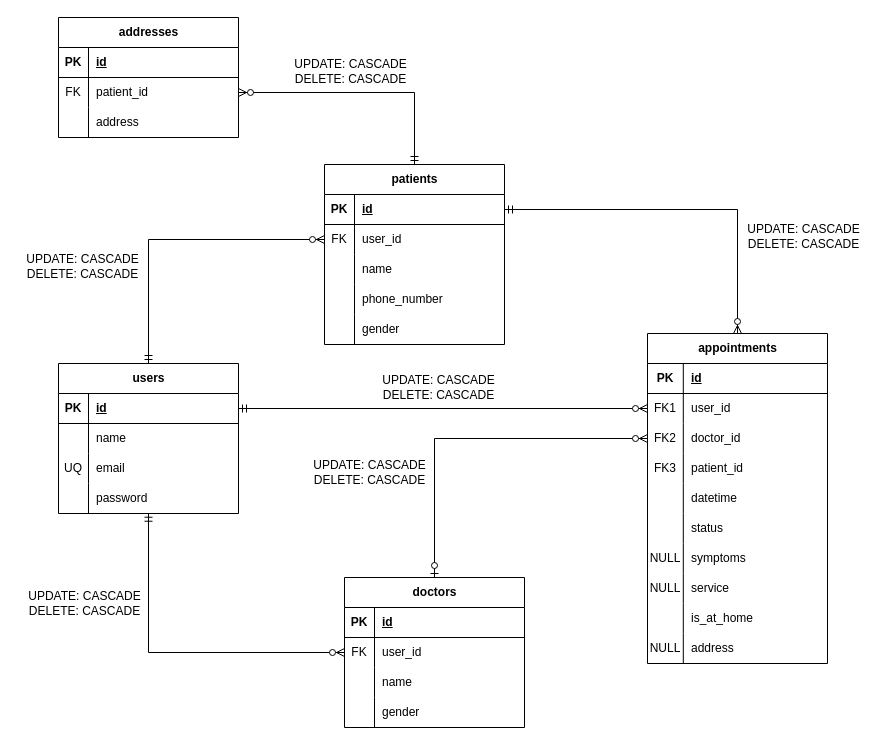
This is docs/database/logical-design.drawio from hdz-kevin/podi-appts, a draw.io file, before an edit. Source tidied: cells renumbered, new cells numbered last; positions are measured from the earlier drawing's top-left corner, leaving out a move shared by most shapes. Both pictures are drawn from the tidied source at 100%, with x=0, y=0 at pixel (17, 17).
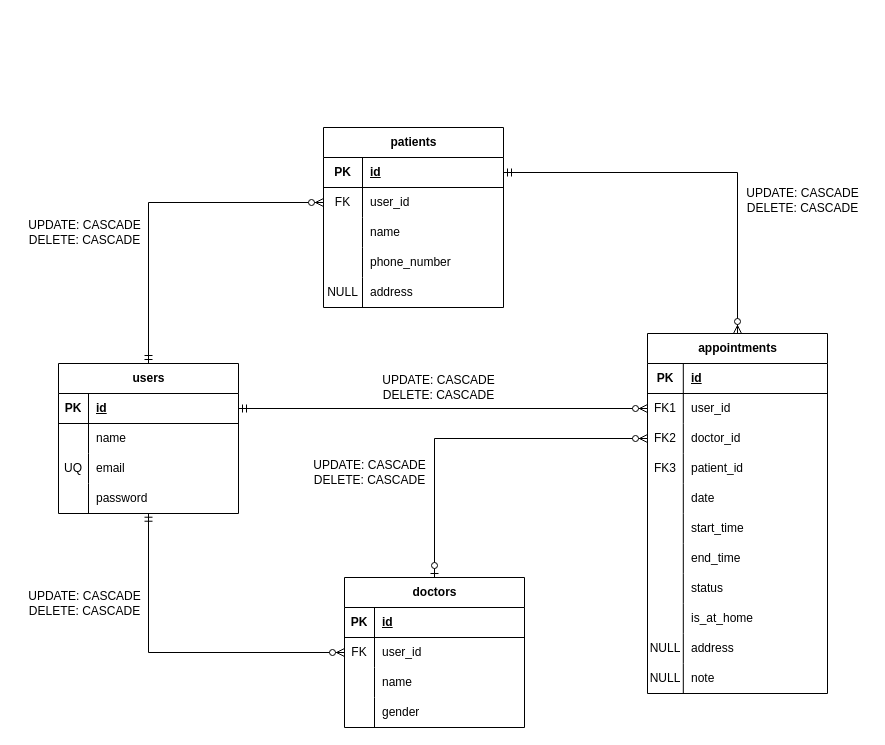
After the change.

Commit message (it also covers changes not shown here):
update DB design - add date, start_time and end_time fields to appointments table - add address field to patients table - remove gender field from patients table

The change refers to these unchanged cells:
```xml
<mxCell id="29" style="shape=tableRow;horizontal=0;startSize=0;swimlaneHead=0;swimlaneBody=0;fillColor=none;points=[[0,0.5],[1,0.5]];portConstraint=eastwest;top=0;left=0;right=0;bottom=1;" parent="28" vertex="1">
  <mxGeometry y="30" width="180" height="30" as="geometry" />
</mxCell>
<mxCell id="32" style="shape=tableRow;horizontal=0;startSize=0;swimlaneHead=0;swimlaneBody=0;fillColor=none;points=[[0,0.5],[1,0.5]];portConstraint=eastwest;top=0;left=0;right=0;bottom=0;" parent="28" vertex="1">
  <mxGeometry y="60" width="180" height="30" as="geometry" />
</mxCell>
<mxCell id="35" style="shape=tableRow;horizontal=0;startSize=0;swimlaneHead=0;swimlaneBody=0;fillColor=none;top=0;left=0;right=0;bottom=0;" parent="28" vertex="1">
  <mxGeometry y="90" width="180" height="30" as="geometry" />
</mxCell>
<mxCell id="38" style="shape=tableRow;horizontal=0;startSize=0;swimlaneHead=0;swimlaneBody=0;fillColor=none;top=0;left=0;right=0;bottom=0;" parent="28" vertex="1">
  <mxGeometry y="120" width="180" height="30" as="geometry" />
</mxCell>
<mxCell id="41" style="shape=tableRow;horizontal=0;startSize=0;swimlaneHead=0;swimlaneBody=0;fillColor=none;top=0;left=0;right=0;bottom=0;" parent="28" vertex="1">
  <mxGeometry y="150" width="180" height="30" as="geometry" />
</mxCell>
<mxCell id="67" style="shape=tableRow;horizontal=0;startSize=0;swimlaneHead=0;swimlaneBody=0;fillColor=none;top=0;left=0;right=0;bottom=0;" parent="54" vertex="1">
  <mxGeometry y="150" width="180" height="30" as="geometry" />
</mxCell>
<mxCell id="70" style="shape=tableRow;horizontal=0;startSize=0;swimlaneHead=0;swimlaneBody=0;fillColor=none;top=0;left=0;right=0;bottom=0;" parent="54" vertex="1">
  <mxGeometry y="180" width="180" height="30" as="geometry" />
</mxCell>
```

Change to the diagram source:
```diff
@@
     <mxCell id="28" value="patients" style="shape=table;startSize=30;childLayout=tableLayout;rowLines=0;fontStyle=1;align=center;html=1;" parent="1" vertex="1">
-      <mxGeometry x="307" y="147" width="180" height="180" as="geometry" />
+      <mxGeometry x="306" y="110" width="180" height="180" as="geometry" />
     </mxCell>
@@
     <mxCell id="30" value="PK" style="shape=partialRectangle;fillColor=none;top=0;left=0;bottom=0;right=0;fontStyle=1;overflow=hidden;whiteSpace=wrap;html=1;" parent="29" vertex="1">
-      <mxGeometry width="30" height="30" as="geometry" />
+      <mxGeometry width="39" height="30" as="geometry" />
     </mxCell>
     <mxCell id="31" value="id" style="shape=partialRectangle;fillColor=none;top=0;left=0;bottom=0;right=0;align=left;spacingLeft=6;fontStyle=5;overflow=hidden;whiteSpace=wrap;html=1;" parent="29" vertex="1">
-      <mxGeometry x="30" width="150" height="30" as="geometry" />
+      <mxGeometry x="39" width="141" height="30" as="geometry" />
     </mxCell>
@@
     <mxCell id="33" value="FK" style="shape=partialRectangle;fillColor=none;top=0;left=0;bottom=0;right=0;overflow=hidden;whiteSpace=wrap;html=1;" parent="32" vertex="1">
-      <mxGeometry width="30" height="30" as="geometry" />
+      <mxGeometry width="39" height="30" as="geometry" />
     </mxCell>
     <mxCell id="34" value="user_id" style="shape=partialRectangle;fillColor=none;top=0;left=0;bottom=0;right=0;align=left;spacingLeft=6;overflow=hidden;whiteSpace=wrap;html=1;" parent="32" vertex="1">
-      <mxGeometry x="30" width="150" height="30" as="geometry" />
+      <mxGeometry x="39" width="141" height="30" as="geometry" />
     </mxCell>
@@
     <mxCell id="36" style="shape=partialRectangle;fillColor=none;top=0;left=0;bottom=0;right=0;overflow=hidden;whiteSpace=wrap;html=1;" parent="35" vertex="1">
-      <mxGeometry width="30" height="30" as="geometry" />
+      <mxGeometry width="39" height="30" as="geometry" />
     </mxCell>
     <mxCell id="37" value="name" style="shape=partialRectangle;fillColor=none;top=0;left=0;bottom=0;right=0;align=left;spacingLeft=6;overflow=hidden;whiteSpace=wrap;html=1;" parent="35" vertex="1">
-      <mxGeometry x="30" width="150" height="30" as="geometry" />
+      <mxGeometry x="39" width="141" height="30" as="geometry" />
     </mxCell>
@@
     <mxCell id="39" style="shape=partialRectangle;fillColor=none;top=0;left=0;bottom=0;right=0;overflow=hidden;whiteSpace=wrap;html=1;" parent="38" vertex="1">
-      <mxGeometry width="30" height="30" as="geometry" />
+      <mxGeometry width="39" height="30" as="geometry" />
     </mxCell>
     <mxCell id="40" value="phone_number" style="shape=partialRectangle;fillColor=none;top=0;left=0;bottom=0;right=0;align=left;spacingLeft=6;overflow=hidden;whiteSpace=wrap;html=1;" parent="38" vertex="1">
-      <mxGeometry x="30" width="150" height="30" as="geometry" />
+      <mxGeometry x="39" width="141" height="30" as="geometry" />
     </mxCell>
@@
-    <mxCell id="42" style="shape=partialRectangle;fillColor=none;top=0;left=0;bottom=0;right=0;overflow=hidden;whiteSpace=wrap;html=1;" parent="41" vertex="1">
-      <mxGeometry width="30" height="30" as="geometry" />
+    <mxCell id="42" value="NULL" style="shape=partialRectangle;fillColor=none;top=0;left=0;bottom=0;right=0;overflow=hidden;whiteSpace=wrap;html=1;" parent="41" vertex="1">
+      <mxGeometry width="39" height="30" as="geometry" />
     </mxCell>
-    <mxCell id="43" value="gender" style="shape=partialRectangle;fillColor=none;top=0;left=0;bottom=0;right=0;align=left;spacingLeft=6;overflow=hidden;whiteSpace=wrap;html=1;" parent="41" vertex="1">
-      <mxGeometry x="30" width="150" height="30" as="geometry" />
+    <mxCell id="43" value="address" style="shape=partialRectangle;fillColor=none;top=0;left=0;bottom=0;right=0;align=left;spacingLeft=6;overflow=hidden;whiteSpace=wrap;html=1;" parent="41" vertex="1">
+      <mxGeometry x="39" width="141" height="30" as="geometry" />
     </mxCell>
-    <mxCell id="44" value="addresses" style="shape=table;startSize=30;childLayout=tableLayout;rowLines=0;fontStyle=1;align=center;html=1;" parent="1" vertex="1">
-      <mxGeometry x="41" width="180" height="120" as="geometry" />
-    </mxCell>
-    <mxCell id="45" style="shape=tableRow;horizontal=0;startSize=0;swimlaneHead=0;swimlaneBody=0;fillColor=none;top=0;left=0;right=0;bottom=1;" parent="44" vertex="1">
-      <mxGeometry y="30" width="180" height="30" as="geometry" />
-    </mxCell>
-    <mxCell id="46" value="PK" style="shape=partialRectangle;fillColor=none;top=0;left=0;bottom=0;right=0;fontStyle=1;overflow=hidden;whiteSpace=wrap;html=1;" parent="45" vertex="1">
-      <mxGeometry width="30" height="30" as="geometry" />
-    </mxCell>
-    <mxCell id="47" value="id" style="shape=partialRectangle;fillColor=none;top=0;left=0;bottom=0;right=0;align=left;spacingLeft=6;fontStyle=5;overflow=hidden;whiteSpace=wrap;html=1;" parent="45" vertex="1">
-      <mxGeometry x="30" width="150" height="30" as="geometry" />
-    </mxCell>
-    <mxCell id="48" style="shape=tableRow;horizontal=0;startSize=0;swimlaneHead=0;swimlaneBody=0;fillColor=none;points=[[0,0.5],[1,0.5]];portConstraint=eastwest;top=0;left=0;right=0;bottom=0;" parent="44" vertex="1">
-      <mxGeometry y="60" width="180" height="30" as="geometry" />
-    </mxCell>
-    <mxCell id="49" value="FK" style="shape=partialRectangle;fillColor=none;top=0;left=0;bottom=0;right=0;overflow=hidden;whiteSpace=wrap;html=1;" parent="48" vertex="1">
-      <mxGeometry width="30" height="30" as="geometry" />
-    </mxCell>
-    <mxCell id="50" value="patient_id" style="shape=partialRectangle;fillColor=none;top=0;left=0;bottom=0;right=0;align=left;spacingLeft=6;overflow=hidden;whiteSpace=wrap;html=1;" parent="48" vertex="1">
-      <mxGeometry x="30" width="150" height="30" as="geometry" />
-    </mxCell>
-    <mxCell id="51" style="shape=tableRow;horizontal=0;startSize=0;swimlaneHead=0;swimlaneBody=0;fillColor=none;top=0;left=0;right=0;bottom=0;" parent="44" vertex="1">
-      <mxGeometry y="90" width="180" height="30" as="geometry" />
-    </mxCell>
-    <mxCell id="52" style="shape=partialRectangle;fillColor=none;top=0;left=0;bottom=0;right=0;overflow=hidden;whiteSpace=wrap;html=1;" parent="51" vertex="1">
-      <mxGeometry width="30" height="30" as="geometry" />
-    </mxCell>
-    <mxCell id="53" value="address" style="shape=partialRectangle;fillColor=none;top=0;left=0;bottom=0;right=0;align=left;spacingLeft=6;overflow=hidden;whiteSpace=wrap;html=1;" parent="51" vertex="1">
-      <mxGeometry x="30" width="150" height="30" as="geometry" />
-    </mxCell>
     <mxCell id="54" value="appointments" style="shape=table;startSize=30;childLayout=tableLayout;rowLines=0;fontStyle=1;align=center;html=1;" parent="1" vertex="1">
-      <mxGeometry x="630" y="316" width="180" height="330" as="geometry" />
+      <mxGeometry x="630" y="316" width="180" height="360" as="geometry" />
     </mxCell>
@@
-    <mxCell id="69" value="datetime" style="shape=partialRectangle;fillColor=none;top=0;left=0;bottom=0;right=0;align=left;spacingLeft=6;overflow=hidden;whiteSpace=wrap;html=1;" parent="67" vertex="1">
+    <mxCell id="69" value="date" style="shape=partialRectangle;fillColor=none;top=0;left=0;bottom=0;right=0;align=left;spacingLeft=6;overflow=hidden;whiteSpace=wrap;html=1;" parent="67" vertex="1">
       <mxGeometry x="35.8" width="144.2" height="30" as="geometry" />
     </mxCell>
@@
-    <mxCell id="72" value="status" style="shape=partialRectangle;fillColor=none;top=0;left=0;bottom=0;right=0;align=left;spacingLeft=6;overflow=hidden;whiteSpace=wrap;html=1;" parent="70" vertex="1">
+    <mxCell id="72" value="start_time" style="shape=partialRectangle;fillColor=none;top=0;left=0;bottom=0;right=0;align=left;spacingLeft=6;overflow=hidden;whiteSpace=wrap;html=1;" parent="70" vertex="1">
       <mxGeometry x="35.8" width="144.2" height="30" as="geometry" />
     </mxCell>
+    <mxCell id="97" style="shape=tableRow;horizontal=0;startSize=0;swimlaneHead=0;swimlaneBody=0;fillColor=none;top=0;left=0;right=0;bottom=0;" parent="54" vertex="1">
+      <mxGeometry y="210" width="180" height="30" as="geometry" />
+    </mxCell>
+    <mxCell id="98" style="shape=partialRectangle;fillColor=none;top=0;left=0;bottom=0;right=0;overflow=hidden;whiteSpace=wrap;html=1;" parent="97" vertex="1">
+      <mxGeometry width="35.8" height="30" as="geometry" />
+    </mxCell>
+    <mxCell id="99" value="end_time" style="shape=partialRectangle;fillColor=none;top=0;left=0;bottom=0;right=0;align=left;spacingLeft=6;overflow=hidden;whiteSpace=wrap;html=1;" parent="97" vertex="1">
+      <mxGeometry x="35.8" width="144.2" height="30" as="geometry" />
+    </mxCell>
     <mxCell id="73" style="shape=tableRow;horizontal=0;startSize=0;swimlaneHead=0;swimlaneBody=0;fillColor=none;top=0;left=0;right=0;bottom=0;" parent="54" vertex="1">
-      <mxGeometry y="210" width="180" height="30" as="geometry" />
+      <mxGeometry y="240" width="180" height="30" as="geometry" />
     </mxCell>
-    <mxCell id="74" value="NULL" style="shape=partialRectangle;fillColor=none;top=0;left=0;bottom=0;right=0;overflow=hidden;whiteSpace=wrap;html=1;" parent="73" vertex="1">
+    <mxCell id="74" style="shape=partialRectangle;fillColor=none;top=0;left=0;bottom=0;right=0;overflow=hidden;whiteSpace=wrap;html=1;" parent="73" vertex="1">
       <mxGeometry width="35.8" height="30" as="geometry" />
     </mxCell>
-    <mxCell id="75" value="symptoms" style="shape=partialRectangle;fillColor=none;top=0;left=0;bottom=0;right=0;align=left;spacingLeft=6;overflow=hidden;whiteSpace=wrap;html=1;" parent="73" vertex="1">
+    <mxCell id="75" value="status" style="shape=partialRectangle;fillColor=none;top=0;left=0;bottom=0;right=0;align=left;spacingLeft=6;overflow=hidden;whiteSpace=wrap;html=1;" parent="73" vertex="1">
       <mxGeometry x="35.8" width="144.2" height="30" as="geometry" />
     </mxCell>
-    <mxCell id="76" style="shape=tableRow;horizontal=0;startSize=0;swimlaneHead=0;swimlaneBody=0;fillColor=none;top=0;left=0;right=0;bottom=0;" parent="54" vertex="1">
-      <mxGeometry y="240" width="180" height="30" as="geometry" />
-    </mxCell>
-    <mxCell id="77" value="NULL" style="shape=partialRectangle;fillColor=none;top=0;left=0;bottom=0;right=0;overflow=hidden;whiteSpace=wrap;html=1;" parent="76" vertex="1">
-      <mxGeometry width="35.8" height="30" as="geometry" />
-    </mxCell>
-    <mxCell id="78" value="service" style="shape=partialRectangle;fillColor=none;top=0;left=0;bottom=0;right=0;align=left;spacingLeft=6;overflow=hidden;whiteSpace=wrap;html=1;" parent="76" vertex="1">
-      <mxGeometry x="35.8" width="144.2" height="30" as="geometry" />
-    </mxCell>
@@
+    <mxCell id="100" style="shape=tableRow;horizontal=0;startSize=0;swimlaneHead=0;swimlaneBody=0;fillColor=none;top=0;left=0;right=0;bottom=0;" parent="54" vertex="1">
+      <mxGeometry y="330" width="180" height="30" as="geometry" />
+    </mxCell>
+    <mxCell id="77" value="NULL" style="shape=partialRectangle;fillColor=none;top=0;left=0;bottom=0;right=0;overflow=hidden;whiteSpace=wrap;html=1;" parent="100" vertex="1">
+      <mxGeometry width="35.8" height="30" as="geometry" />
+    </mxCell>
+    <mxCell id="101" value="note" style="shape=partialRectangle;fillColor=none;top=0;left=0;bottom=0;right=0;align=left;spacingLeft=6;overflow=hidden;whiteSpace=wrap;html=1;" parent="100" vertex="1">
+      <mxGeometry x="35.8" width="144.2" height="30" as="geometry" />
+    </mxCell>
@@
-    <mxCell id="90" style="edgeStyle=orthogonalEdgeStyle;fontSize=12;html=1;endArrow=ERzeroToMany;startArrow=ERmandOne;rounded=0;entryX=1;entryY=0.5;entryDx=0;entryDy=0;exitX=0.5;exitY=0;exitDx=0;exitDy=0;" parent="1" edge="1" source="28" target="48">
-      <mxGeometry relative="1" as="geometry" />
-    </mxCell>
@@
     <mxCell id="94" value="&lt;font style=&quot;color: light-dark(rgb(0, 0, 0), rgb(255, 255, 255));&quot;&gt;UPDATE: CASCADE&lt;/font&gt;&lt;div&gt;&lt;font style=&quot;color: light-dark(rgb(0, 0, 0), rgb(255, 255, 255));&quot;&gt;DELETE: CASCADE&lt;/font&gt;&lt;/div&gt;" style="text;html=1;align=center;verticalAlign=middle;strokeColor=none;fillColor=none;fontColor=light-dark(#000000,#FFFFFF);" parent="1" vertex="1">
-      <mxGeometry y="228" width="130" height="41" as="geometry" />
+      <mxGeometry x="2" y="194.5" width="130" height="41" as="geometry" />
     </mxCell>
     <mxCell id="95" value="&lt;font style=&quot;color: light-dark(rgb(0, 0, 0), rgb(255, 255, 255));&quot;&gt;UPDATE: CASCADE&lt;/font&gt;&lt;div&gt;&lt;font style=&quot;color: light-dark(rgb(0, 0, 0), rgb(255, 255, 255));&quot;&gt;DELETE: CASCADE&lt;/font&gt;&lt;/div&gt;" style="text;html=1;align=center;verticalAlign=middle;strokeColor=none;fillColor=none;" parent="1" vertex="1">
-      <mxGeometry x="721" y="198" width="130" height="41" as="geometry" />
+      <mxGeometry x="720" y="162" width="130" height="41" as="geometry" />
     </mxCell>
-    <mxCell id="96" value="&lt;font style=&quot;color: light-dark(rgb(0, 0, 0), rgb(255, 255, 255));&quot;&gt;UPDATE: CASCADE&lt;/font&gt;&lt;div&gt;&lt;font style=&quot;color: light-dark(rgb(0, 0, 0), rgb(255, 255, 255));&quot;&gt;DELETE: CASCADE&lt;/font&gt;&lt;/div&gt;" style="text;html=1;align=center;verticalAlign=middle;strokeColor=none;fillColor=none;fontColor=light-dark(#000000,#FFFFFF);" parent="1" vertex="1">
-      <mxGeometry x="268" y="33" width="130" height="41" as="geometry" />
-    </mxCell>
```
